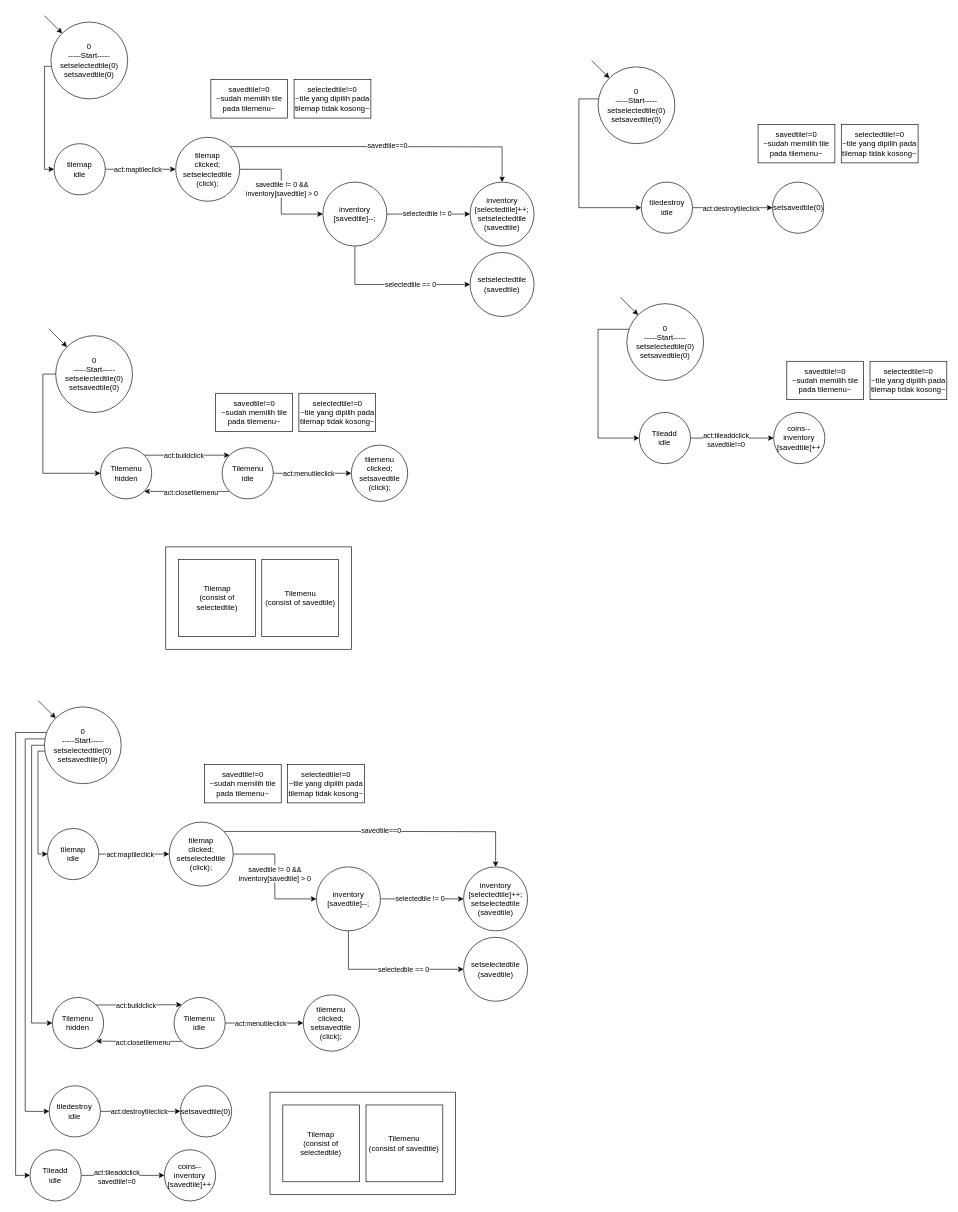
Trelel129/asset keeps this draw.io diagram as SurgaKulinerfsm.drawio. Above is the earlier version. Source tidied: cells renumbered, new cells numbered last; positions are measured from the earlier drawing's top-left corner, leaving out a move shared by most shapes. Both pictures are drawn from the tidied source at 64%, with x=0, y=0 at pixel (15, 15).
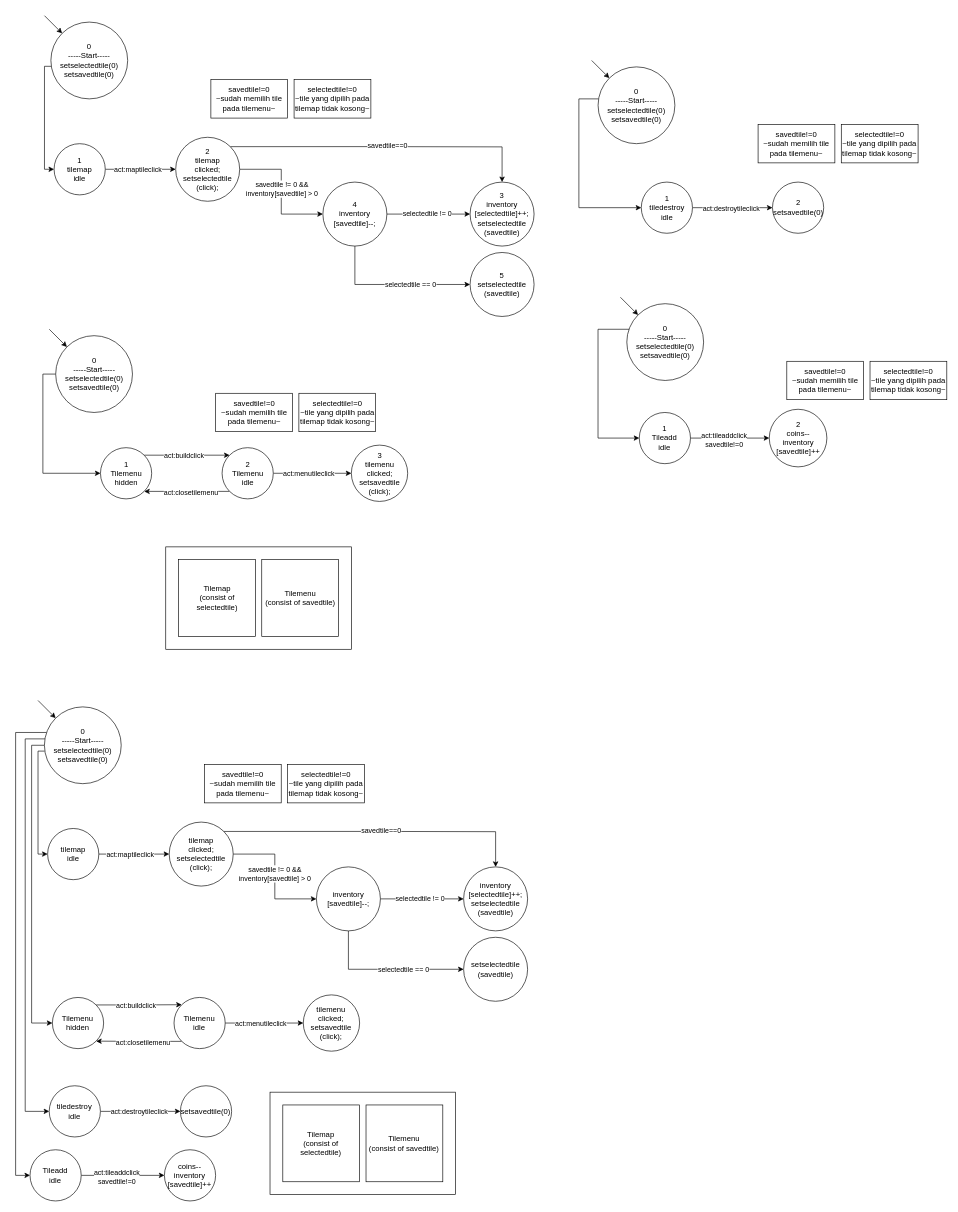
The same page after the edit.

Change to the diagram source:
```diff
@@
-    <mxCell id="6" value="tilemap&lt;br&gt;idle" style="ellipse;whiteSpace=wrap;html=1;" parent="1" vertex="1">
+    <mxCell id="6" value="&lt;div&gt;1&lt;/div&gt;tilemap&lt;br&gt;idle" style="ellipse;whiteSpace=wrap;html=1;" parent="1" vertex="1">
       <mxGeometry x="60" y="200" width="80" height="80" as="geometry" />
     </mxCell>
@@
-    <mxCell id="11" value="tilemap&lt;br&gt;clicked;&lt;br&gt;setselectedtile&lt;br&gt;(click);" style="ellipse;whiteSpace=wrap;html=1;" parent="1" vertex="1">
+    <mxCell id="11" value="&lt;div&gt;2&lt;/div&gt;tilemap&lt;br&gt;clicked;&lt;br&gt;setselectedtile&lt;br&gt;(click);" style="ellipse;whiteSpace=wrap;html=1;" parent="1" vertex="1">
       <mxGeometry x="250" y="190" width="100" height="100" as="geometry" />
     </mxCell>
@@
-    <mxCell id="16" value="&lt;div&gt;inventory&lt;br&gt;[savedtile]--;&lt;/div&gt;" style="ellipse;whiteSpace=wrap;html=1;" parent="1" vertex="1">
+    <mxCell id="16" value="&lt;div&gt;4&lt;/div&gt;&lt;div&gt;inventory&lt;br&gt;[savedtile]--;&lt;/div&gt;" style="ellipse;whiteSpace=wrap;html=1;" parent="1" vertex="1">
       <mxGeometry x="480" y="260" width="100" height="100" as="geometry" />
     </mxCell>
@@
-    <mxCell id="20" value="&lt;div&gt;&lt;div&gt;inventory&lt;/div&gt;&lt;div&gt;[selectedtile]++;&lt;br&gt;setselectedtile&lt;br&gt;(savedtile)&lt;br&gt;&lt;/div&gt;&lt;/div&gt;" style="ellipse;whiteSpace=wrap;html=1;" parent="1" vertex="1">
+    <mxCell id="20" value="&lt;div&gt;&lt;div&gt;3&lt;/div&gt;&lt;div&gt;inventory&lt;/div&gt;&lt;div&gt;[selectedtile]++;&lt;br&gt;setselectedtile&lt;br&gt;(savedtile)&lt;br&gt;&lt;/div&gt;&lt;/div&gt;" style="ellipse;whiteSpace=wrap;html=1;" parent="1" vertex="1">
       <mxGeometry x="710" y="260" width="100" height="100" as="geometry" />
     </mxCell>
-    <mxCell id="21" value="&lt;div&gt;&lt;div&gt;&lt;span style=&quot;background-color: initial;&quot;&gt;setselectedtile&lt;/span&gt;&lt;br&gt;&lt;/div&gt;&lt;div&gt;(savedtile)&lt;br&gt;&lt;/div&gt;&lt;/div&gt;" style="ellipse;whiteSpace=wrap;html=1;" parent="1" vertex="1">
+    <mxCell id="21" value="&lt;div&gt;&lt;div&gt;&lt;span style=&quot;background-color: initial;&quot;&gt;5&lt;/span&gt;&lt;/div&gt;&lt;div&gt;&lt;span style=&quot;background-color: initial;&quot;&gt;setselectedtile&lt;/span&gt;&lt;br&gt;&lt;/div&gt;&lt;div&gt;(savedtile)&lt;br&gt;&lt;/div&gt;&lt;/div&gt;" style="ellipse;whiteSpace=wrap;html=1;" parent="1" vertex="1">
       <mxGeometry x="710" y="370" width="100" height="100" as="geometry" />
     </mxCell>
@@
-    <mxCell id="27" value="tilemenu&lt;br&gt;clicked;&lt;br&gt;setsavedtile&lt;br&gt;(click);" style="ellipse;whiteSpace=wrap;html=1;" parent="1" vertex="1">
+    <mxCell id="27" value="&lt;div&gt;3&lt;/div&gt;tilemenu&lt;br&gt;clicked;&lt;br&gt;setsavedtile&lt;br&gt;(click);" style="ellipse;whiteSpace=wrap;html=1;" parent="1" vertex="1">
       <mxGeometry x="524.5" y="671" width="88" height="88" as="geometry" />
     </mxCell>
@@
-    <mxCell id="30" value="Tilemenu&lt;br&gt;hidden" style="ellipse;whiteSpace=wrap;html=1;" parent="1" vertex="1">
+    <mxCell id="30" value="&lt;div&gt;1&lt;/div&gt;Tilemenu&lt;br&gt;hidden" style="ellipse;whiteSpace=wrap;html=1;" parent="1" vertex="1">
       <mxGeometry x="132.5" y="675" width="80" height="80" as="geometry" />
     </mxCell>
@@
-    <mxCell id="33" value="Tilemenu&lt;br&gt;idle" style="ellipse;whiteSpace=wrap;html=1;" parent="1" vertex="1">
+    <mxCell id="33" value="&lt;div&gt;2&lt;/div&gt;Tilemenu&lt;br&gt;idle" style="ellipse;whiteSpace=wrap;html=1;" parent="1" vertex="1">
       <mxGeometry x="322.5" y="675" width="80" height="80" as="geometry" />
     </mxCell>
@@
-    <mxCell id="46" value="tiledestroy&lt;div&gt;idle&lt;/div&gt;" style="ellipse;whiteSpace=wrap;html=1;" parent="1" vertex="1">
+    <mxCell id="46" value="&lt;div&gt;1&lt;/div&gt;tiledestroy&lt;div&gt;idle&lt;/div&gt;" style="ellipse;whiteSpace=wrap;html=1;" parent="1" vertex="1">
       <mxGeometry x="977.5" y="260" width="80" height="80" as="geometry" />
     </mxCell>
-    <mxCell id="47" value="setsavedtile(0)" style="ellipse;whiteSpace=wrap;html=1;" parent="1" vertex="1">
+    <mxCell id="47" value="&lt;div&gt;2&lt;/div&gt;setsavedtile(0)" style="ellipse;whiteSpace=wrap;html=1;" parent="1" vertex="1">
       <mxGeometry x="1182.5" y="260" width="80" height="80" as="geometry" />
     </mxCell>
@@
-    <mxCell id="55" value="Tileadd&lt;br&gt;idle" style="ellipse;whiteSpace=wrap;html=1;" parent="1" vertex="1">
+    <mxCell id="55" value="&lt;div&gt;1&lt;/div&gt;Tileadd&lt;br&gt;idle" style="ellipse;whiteSpace=wrap;html=1;" parent="1" vertex="1">
       <mxGeometry x="974.4" y="620" width="80" height="80" as="geometry" />
     </mxCell>
-    <mxCell id="56" value="&lt;div&gt;coins--&lt;/div&gt;inventory&lt;br&gt;[savedtile]++" style="ellipse;whiteSpace=wrap;html=1;" parent="1" vertex="1">
-      <mxGeometry x="1184.4" y="620" width="80" height="80" as="geometry" />
+    <mxCell id="56" value="&lt;div&gt;2&lt;/div&gt;&lt;div&gt;coins--&lt;/div&gt;inventory&lt;br&gt;[savedtile]++" style="ellipse;whiteSpace=wrap;html=1;" parent="1" vertex="1">
+      <mxGeometry x="1177.5" y="615" width="90" height="90" as="geometry" />
     </mxCell>
```
